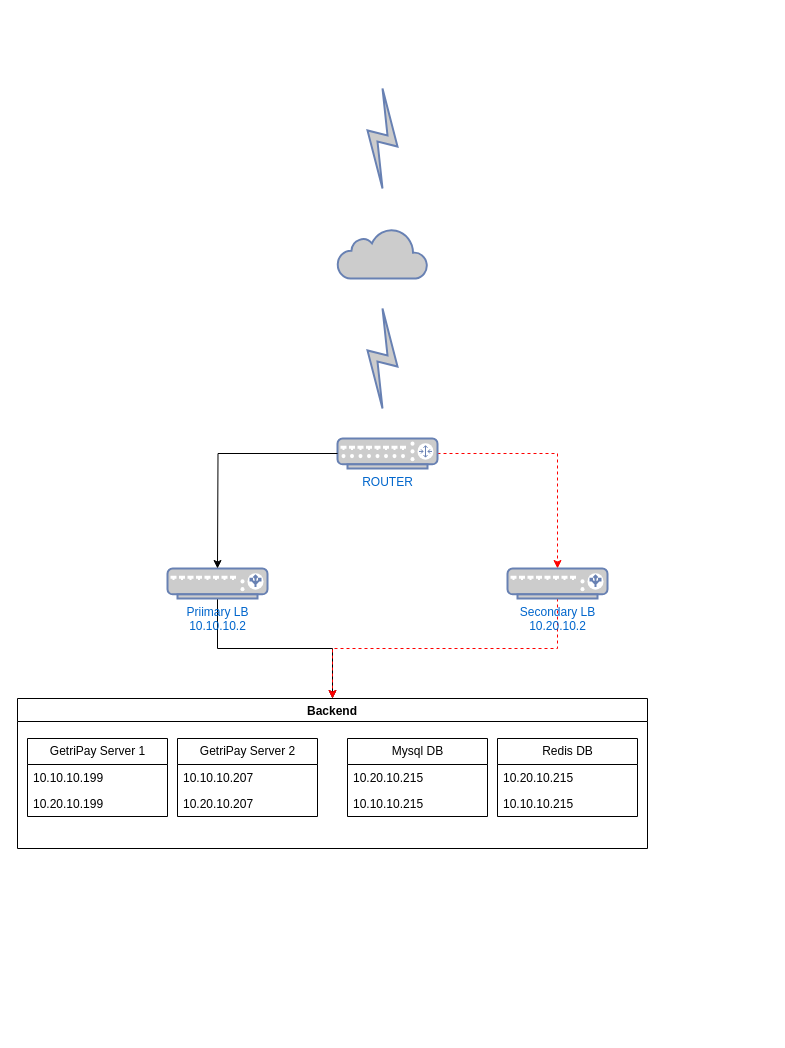
Before: InfraRouting.drawio in babatundeodaniel/Dictionary, a draw.io diagram. Source tidied: cells renumbered, new cells numbered last; positions are measured from the earlier drawing's top-left corner, leaving out a move shared by most shapes. Both pictures are drawn from the tidied source at 100%, with x=0, y=0 at pixel (17, 88).
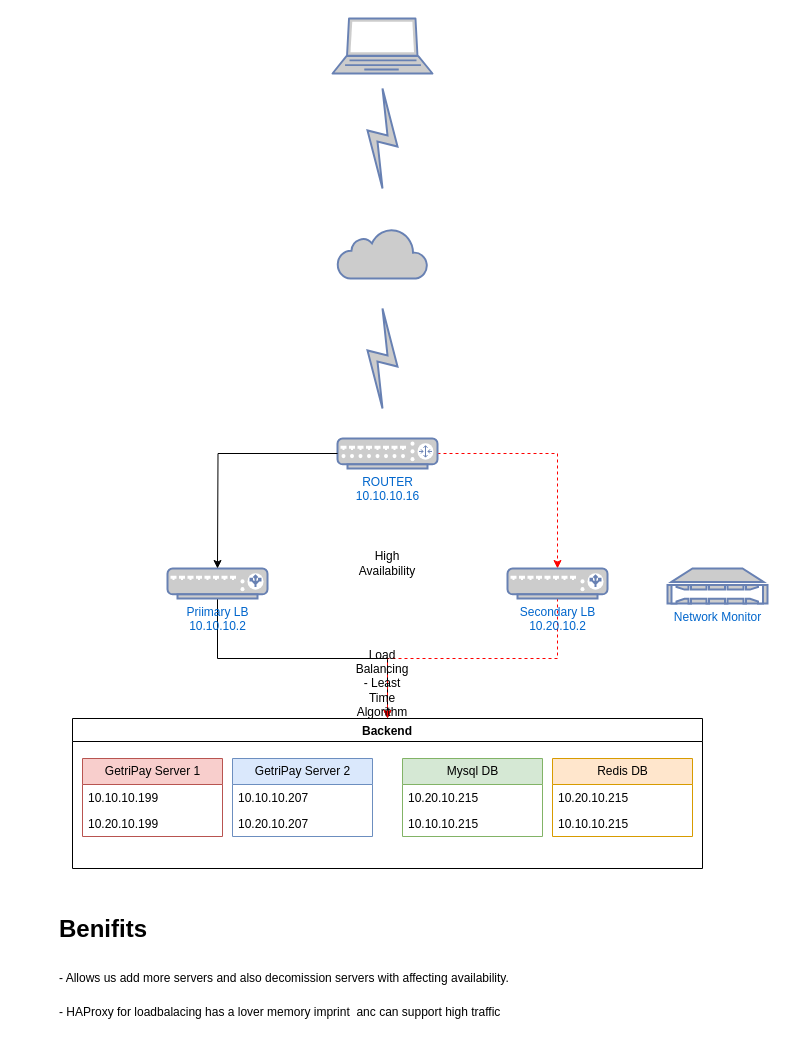
Above is the later version.

The edit, as a diff of the source:
```diff
@@
-    <mxCell id="6" value="ROUTER" style="fontColor=#0066CC;verticalAlign=top;verticalLabelPosition=bottom;labelPosition=center;align=center;html=1;outlineConnect=0;fillColor=#CCCCCC;strokeColor=#6881B3;gradientColor=none;gradientDirection=north;strokeWidth=2;shape=mxgraph.networks.router;" parent="1" vertex="1">
+    <mxCell id="6" value="ROUTER&lt;br&gt;10.10.10.16" style="fontColor=#0066CC;verticalAlign=top;verticalLabelPosition=bottom;labelPosition=center;align=center;html=1;outlineConnect=0;fillColor=#CCCCCC;strokeColor=#6881B3;gradientColor=none;gradientDirection=north;strokeWidth=2;shape=mxgraph.networks.router;" parent="1" vertex="1">
       <mxGeometry x="320" y="350" width="100" height="30" as="geometry" />
     </mxCell>
@@
     <mxCell id="12" value="Backend" style="swimlane;" parent="1" vertex="1">
-      <mxGeometry y="610" width="630" height="150" as="geometry" />
+      <mxGeometry x="55" y="630" width="630" height="150" as="geometry" />
     </mxCell>
-    <mxCell id="13" value="GetriPay Server 1" style="swimlane;fontStyle=0;horizontal=1;startSize=26;fillColor=none;html=1;" parent="12" vertex="1">
+    <mxCell id="13" value="GetriPay Server 1" style="swimlane;fontStyle=0;horizontal=1;startSize=26;fillColor=#f8cecc;html=1;strokeColor=#b85450;" parent="12" vertex="1">
       <mxGeometry x="10" y="40" width="140" height="78" as="geometry" />
     </mxCell>
@@
-    <mxCell id="16" value="GetriPay Server 2" style="swimlane;fontStyle=0;horizontal=1;startSize=26;fillColor=none;html=1;" parent="12" vertex="1">
+    <mxCell id="16" value="GetriPay Server 2" style="swimlane;fontStyle=0;horizontal=1;startSize=26;fillColor=#dae8fc;html=1;strokeColor=#6c8ebf;" parent="12" vertex="1">
       <mxGeometry x="160" y="40" width="140" height="78" as="geometry" />
     </mxCell>
@@
-    <mxCell id="19" value="Mysql DB" style="swimlane;fontStyle=0;horizontal=1;startSize=26;fillColor=none;html=1;" parent="12" vertex="1">
+    <mxCell id="19" value="Mysql DB" style="swimlane;fontStyle=0;horizontal=1;startSize=26;fillColor=#d5e8d4;html=1;strokeColor=#82b366;" parent="12" vertex="1">
       <mxGeometry x="330" y="40" width="140" height="78" as="geometry" />
     </mxCell>
@@
-    <mxCell id="22" value="Redis DB" style="swimlane;fontStyle=0;horizontal=1;startSize=26;fillColor=none;html=1;" parent="12" vertex="1">
+    <mxCell id="22" value="Redis DB" style="swimlane;fontStyle=0;horizontal=1;startSize=26;fillColor=#ffe6cc;html=1;strokeColor=#d79b00;" parent="12" vertex="1">
       <mxGeometry x="480" y="40" width="140" height="78" as="geometry" />
     </mxCell>
@@
+    <mxCell id="25" style="fontColor=#0066CC;verticalAlign=top;verticalLabelPosition=bottom;labelPosition=center;align=center;html=1;fillColor=#CCCCCC;strokeColor=#6881B3;gradientColor=none;gradientDirection=north;strokeWidth=2;shape=mxgraph.networks.laptop;" parent="1" vertex="1">
+      <mxGeometry x="315" y="-70" width="100" height="55" as="geometry" />
+    </mxCell>
+    <mxCell id="26" value="High Availability" style="text;html=1;align=center;verticalAlign=middle;whiteSpace=wrap;rounded=0;" parent="1" vertex="1">
+      <mxGeometry x="340" y="460" width="60" height="30" as="geometry" />
+    </mxCell>
+    <mxCell id="27" value="Load Balancing - Least Time Algorithm" style="text;html=1;align=center;verticalAlign=middle;whiteSpace=wrap;rounded=0;" parent="1" vertex="1">
+      <mxGeometry x="335" y="580" width="60" height="30" as="geometry" />
+    </mxCell>
+    <mxCell id="28" value="&lt;h1 style=&quot;margin-top: 0px;&quot;&gt;&lt;span style=&quot;background-color: initial;&quot;&gt;Benifits&lt;/span&gt;&lt;/h1&gt;&lt;h1 style=&quot;margin-top: 0px;&quot;&gt;&lt;span style=&quot;background-color: initial; font-size: 12px; font-weight: normal;&quot;&gt;- Allows us add more servers and also decomission servers with affecting availability.&lt;/span&gt;&lt;/h1&gt;&lt;div&gt;&lt;span style=&quot;background-color: initial; font-size: 12px; font-weight: normal;&quot;&gt;- HAProxy for loadbalacing has a lover memory imprint&amp;nbsp; anc can support high traffic&lt;/span&gt;&lt;/div&gt;" style="text;html=1;whiteSpace=wrap;overflow=hidden;rounded=0;" parent="1" vertex="1">
+      <mxGeometry x="40" y="820" width="470" height="120" as="geometry" />
+    </mxCell>
+    <mxCell id="29" value="Network Monitor" style="fontColor=#0066CC;verticalAlign=top;verticalLabelPosition=bottom;labelPosition=center;align=center;html=1;fillColor=#CCCCCC;strokeColor=#6881B3;gradientColor=none;gradientDirection=north;strokeWidth=2;shape=mxgraph.networks.nas_filer;" parent="1" vertex="1">
+      <mxGeometry x="650" y="480" width="100" height="35" as="geometry" />
+    </mxCell>
```
